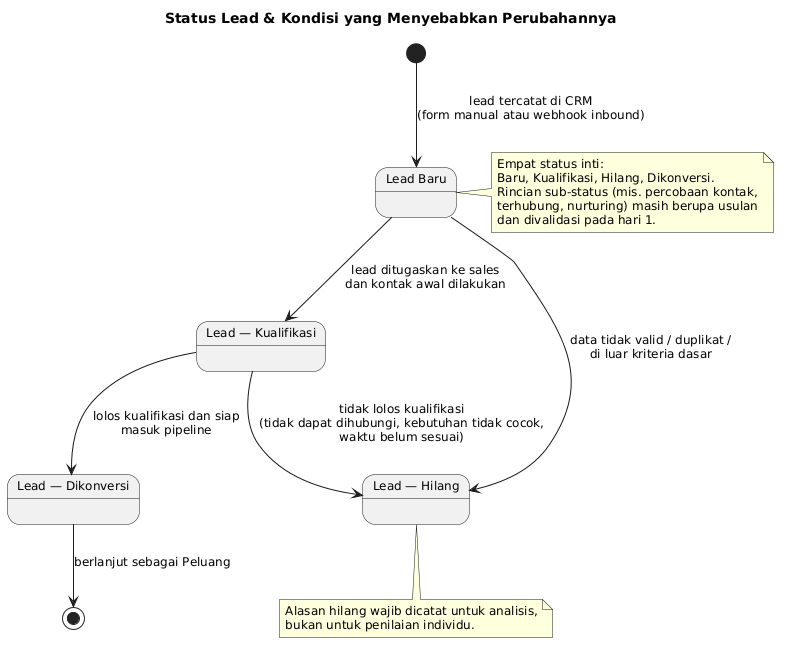
The PlantUML diagram knowledge/projects/bootcamp-crm/requirements/brd/diagrams/12-status-lead.png in yudha-tlab/ai-os-knowledge, before a commit. Its diagram source:
```plantuml
@startuml
title Status Lead & Kondisi yang Menyebabkan Perubahannya

skinparam shadowing false
skinparam defaultFontSize 12

state "Lead Baru" as Baru
state "Lead — Kualifikasi" as Kual
state "Lead — Hilang" as Hilang
state "Lead — Dikonversi" as Konv

[*] --> Baru : lead tercatat di CRM\n(form manual atau webhook inbound)

Baru --> Kual : lead ditugaskan ke sales\ndan kontak awal dilakukan
Baru --> Hilang : data tidak valid / duplikat /\ndi luar kriteria dasar
Kual --> Hilang : tidak lolos kualifikasi\n(tidak dapat dihubungi, kebutuhan tidak cocok,\nwaktu belum sesuai)
Kual --> Konv : lolos kualifikasi dan siap\nmasuk pipeline
Konv --> [*] : berlanjut sebagai Peluang

note right of Baru
  Empat status inti:
  Baru, Kualifikasi, Hilang, Dikonversi.
  Rincian sub-status (mis. percobaan kontak,
  terhubung, nurturing) masih berupa usulan
  dan divalidasi pada hari 1.
end note

note bottom of Hilang
  Alasan hilang wajib dicatat untuk analisis,
  bukan untuk penilaian individu.
end note
@enduml
```
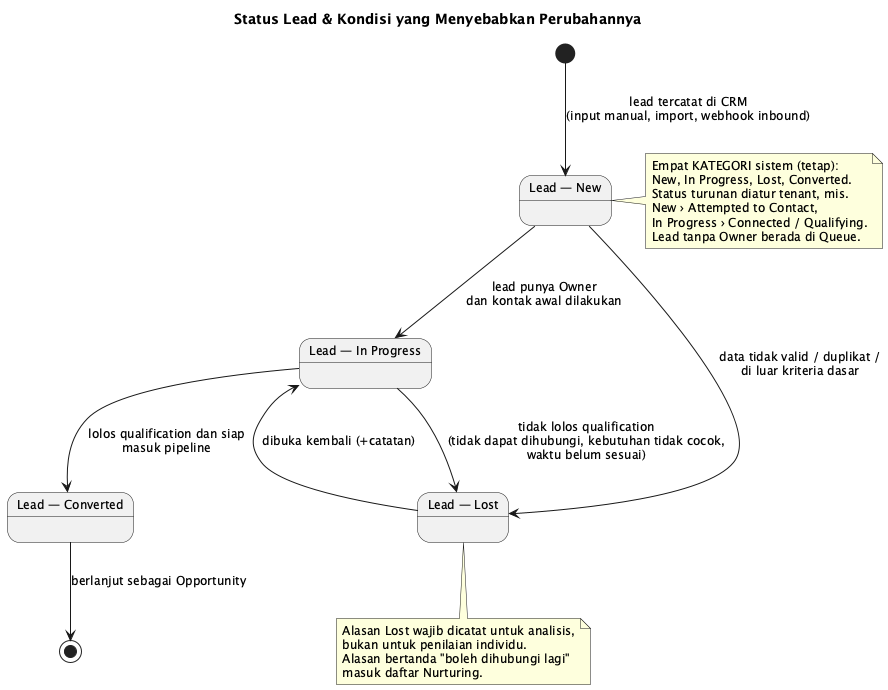
After the change.

Diff of the diagram source:
```diff
@@ -4,29 +4,33 @@
 skinparam shadowing false
 skinparam defaultFontSize 12
 
-state "Lead Baru" as Baru
-state "Lead — Kualifikasi" as Kual
-state "Lead — Hilang" as Hilang
-state "Lead — Dikonversi" as Konv
+state "Lead — New" as New
+state "Lead — In Progress" as Prog
+state "Lead — Lost" as Lost
+state "Lead — Converted" as Conv
 
-[*] --> Baru : lead tercatat di CRM\n(form manual atau webhook inbound)
+[*] --> New : lead tercatat di CRM\n(input manual, import, webhook inbound)
 
-Baru --> Kual : lead ditugaskan ke sales\ndan kontak awal dilakukan
-Baru --> Hilang : data tidak valid / duplikat /\ndi luar kriteria dasar
-Kual --> Hilang : tidak lolos kualifikasi\n(tidak dapat dihubungi, kebutuhan tidak cocok,\nwaktu belum sesuai)
-Kual --> Konv : lolos kualifikasi dan siap\nmasuk pipeline
-Konv --> [*] : berlanjut sebagai Peluang
+New --> Prog : lead punya Owner\ndan kontak awal dilakukan
+New --> Lost : data tidak valid / duplikat /\ndi luar kriteria dasar
+Prog --> Lost : tidak lolos qualification\n(tidak dapat dihubungi, kebutuhan tidak cocok,\nwaktu belum sesuai)
+Prog --> Conv : lolos qualification dan siap\nmasuk pipeline
+Lost --> Prog : dibuka kembali (+catatan)
+Conv --> [*] : berlanjut sebagai Opportunity
 
-note right of Baru
-  Empat status inti:
-  Baru, Kualifikasi, Hilang, Dikonversi.
-  Rincian sub-status (mis. percobaan kontak,
-  terhubung, nurturing) masih berupa usulan
-  dan divalidasi pada hari 1.
+note right of New
+  Empat KATEGORI sistem (tetap):
+  New, In Progress, Lost, Converted.
+  Status turunan diatur tenant, mis.
+  New › Attempted to Contact,
+  In Progress › Connected / Qualifying.
+  Lead tanpa Owner berada di Queue.
 end note
 
-note bottom of Hilang
-  Alasan hilang wajib dicatat untuk analisis,
+note bottom of Lost
+  Alasan Lost wajib dicatat untuk analisis,
   bukan untuk penilaian individu.
+  Alasan bertanda "boleh dihubungi lagi"
+  masuk daftar Nurturing.
 end note
 @enduml
```
